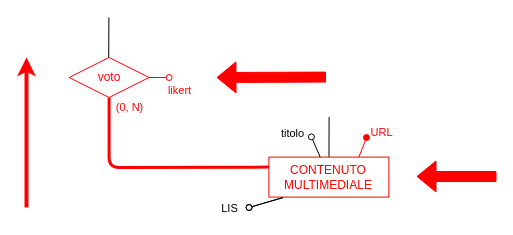
Before: Progetto Esame - DBSperimentazioni A.A. 2023-2024/Diagrammi/ridondanze/2.3.1.1_schema1a_norid.drawio in Mattron2000/Basi_di_dati, a draw.io diagram. Source tidied: cells renumbered, new cells numbered last; positions are measured from the earlier drawing's top-left corner, leaving out a move shared by most shapes. Both pictures are drawn from the tidied source at 100%, with x=0, y=0 at pixel (26, 17).
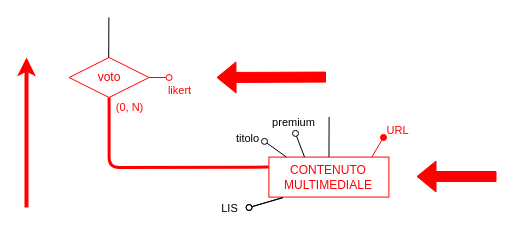
After the change.

Unchanged cells that the change refers to:
```xml
<mxCell id="3" value="&lt;font color=&quot;#ff0000&quot;&gt;CONTENUTO&lt;br&gt;MULTIMEDIALE&lt;/font&gt;" style="rounded=0;whiteSpace=wrap;html=1;strokeColor=#FF0000;" parent="1" vertex="1">
  <mxGeometry x="242.4" y="139.6" width="120" height="40" as="geometry" />
</mxCell>
```

The edit, as a diff of the source:
```diff
@@
-    <mxCell id="4" style="endArrow=oval;html=1;fillStyle=auto;strokeWidth=1;startSize=6;endSize=6;fillColor=#000000;startArrow=none;startFill=0;endFill=0;" parent="1" edge="1" source="3">
-      <mxGeometry relative="1" as="geometry">
-        <mxPoint x="284.9" y="119.4" as="targetPoint" />
-      </mxGeometry>
-    </mxCell>
-    <mxCell id="5" value="titolo" style="edgeLabel;html=1;align=center;verticalAlign=middle;" parent="4" vertex="1">
-      <mxGeometry x="0.48" y="1" relative="1" as="geometry">
-        <mxPoint x="-21" y="-10" as="offset" />
-      </mxGeometry>
-    </mxCell>
@@
-    <mxCell id="18" style="endArrow=oval;html=1;fillStyle=auto;strokeWidth=1;startSize=6;endSize=6;fillColor=#000000;startArrow=none;startFill=0;endFill=1;exitX=0.75;exitY=0;exitDx=0;exitDy=0;strokeColor=#FF0000;" parent="1" edge="1" source="3">
-      <mxGeometry relative="1" as="geometry">
-        <mxPoint x="340" y="120" as="targetPoint" />
-      </mxGeometry>
-    </mxCell>
+    <mxCell id="20" style="shape=flexArrow;endArrow=classic;html=1;strokeColor=#FF0000;fontColor=#FF0000;fillColor=#FF0000;" parent="1" edge="1">
+      <mxGeometry relative="1" as="geometry">
+        <mxPoint x="470" y="159" as="sourcePoint" />
+        <mxPoint x="390" y="159" as="targetPoint" />
+      </mxGeometry>
+    </mxCell>
+    <mxCell id="21" style="endArrow=oval;html=1;fillStyle=auto;strokeWidth=1;startSize=6;endSize=6;fillColor=#000000;startArrow=none;startFill=0;endFill=0;exitX=0.109;exitY=0.001;exitDx=0;exitDy=0;exitPerimeter=0;" parent="1" edge="1">
+      <mxGeometry relative="1" as="geometry">
+        <mxPoint x="259.9" y="139.5" as="sourcePoint" />
+        <mxPoint x="238" y="123.9" as="targetPoint" />
+      </mxGeometry>
+    </mxCell>
+    <mxCell id="5" value="titolo" style="edgeLabel;html=1;align=center;verticalAlign=middle;" parent="21" vertex="1">
+      <mxGeometry x="0.48" y="1" relative="1" as="geometry">
+        <mxPoint x="-23" y="-8" as="offset" />
+      </mxGeometry>
+    </mxCell>
+    <mxCell id="22" style="edgeStyle=none;shape=connector;rounded=1;fillStyle=auto;html=1;labelBackgroundColor=default;strokeColor=default;strokeWidth=1;fontFamily=Helvetica;fontSize=11;fontColor=default;endArrow=none;endFill=0;startSize=6;endSize=6;fillColor=#000000;startArrow=oval;startFill=0;" parent="1" edge="1">
+      <mxGeometry relative="1" as="geometry">
+        <mxPoint x="269" y="115.9" as="sourcePoint" />
+        <mxPoint x="278" y="139.5" as="targetPoint" />
+      </mxGeometry>
+    </mxCell>
+    <mxCell id="23" value="premium" style="edgeLabel;html=1;align=center;verticalAlign=middle;fontSize=11;fontFamily=Helvetica;fontColor=default;" parent="22" vertex="1">
+      <mxGeometry x="-0.26" y="1" relative="1" as="geometry">
+        <mxPoint x="-7" y="-19" as="offset" />
+      </mxGeometry>
+    </mxCell>
     <mxCell id="19" value="&lt;font color=&quot;#ff0000&quot; style=&quot;font-size: 11px;&quot;&gt;URL&lt;/font&gt;" style="text;html=1;align=center;verticalAlign=middle;strokeColor=none;fillColor=none;" parent="1" vertex="1">
-      <mxGeometry x="330" y="100" width="50" height="30" as="geometry" />
+      <mxGeometry x="346.4" y="98.4" width="50" height="30" as="geometry" />
     </mxCell>
-    <mxCell id="20" style="shape=flexArrow;endArrow=classic;html=1;strokeColor=#FF0000;fontColor=#FF0000;fillColor=#FF0000;" parent="1" edge="1">
-      <mxGeometry relative="1" as="geometry">
-        <mxPoint x="470" y="159" as="sourcePoint" />
-        <mxPoint x="390" y="159" as="targetPoint" />
-      </mxGeometry>
-    </mxCell>
+    <mxCell id="24" style="endArrow=oval;html=1;fillStyle=auto;strokeWidth=1;startSize=6;endSize=6;fillColor=#000000;startArrow=none;startFill=0;endFill=1;exitX=0.821;exitY=0.003;exitDx=0;exitDy=0;exitPerimeter=0;strokeColor=#FF0000;" parent="1" edge="1">
+      <mxGeometry relative="1" as="geometry">
+        <mxPoint x="345.3" y="139.6" as="sourcePoint" />
+        <mxPoint x="357" y="119.9" as="targetPoint" />
+      </mxGeometry>
+    </mxCell>
```
